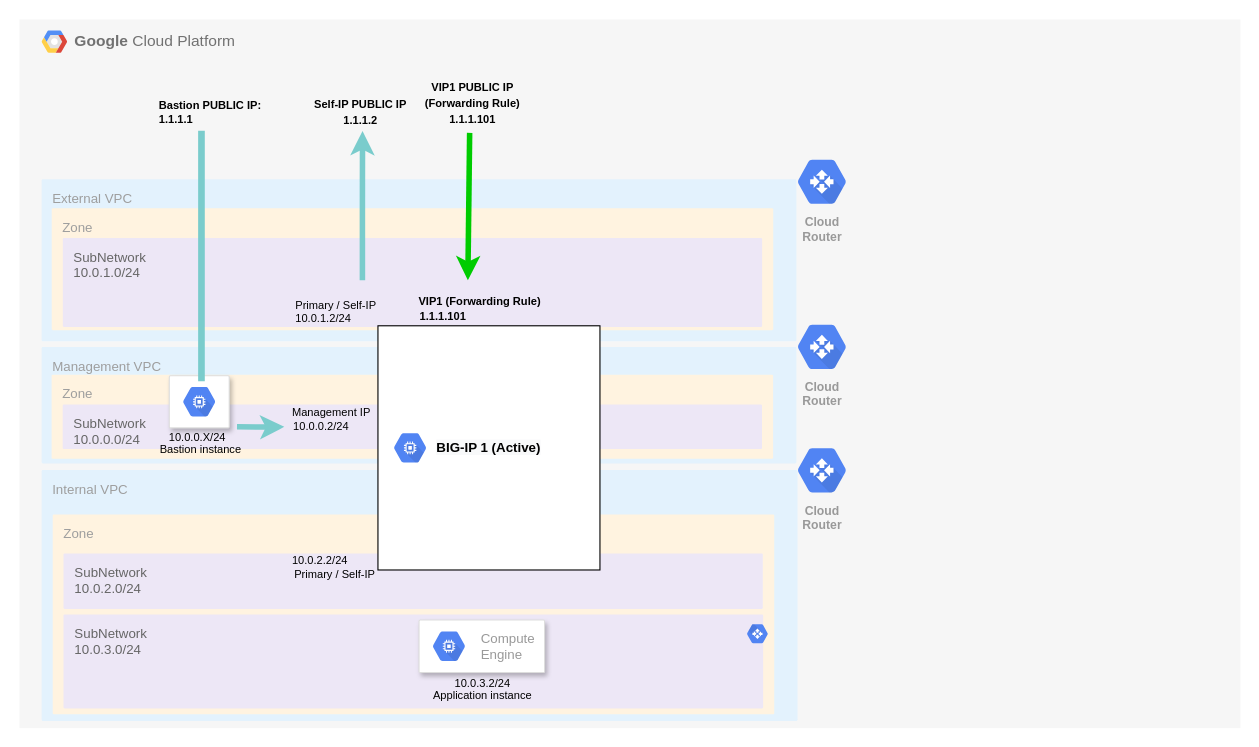
This is 2.0/gcp/3nic/gcp-quickstart-standalone-3nic-w-bastion.drawio from f5-applebaum/f5-ve-cloud-diagrams, a draw.io file, before an edit. Source tidied: cells renumbered, new cells numbered last; positions are measured from the earlier drawing's top-left corner, leaving out a move shared by most shapes. Both pictures are drawn from the tidied source at 111%, with x=0, y=0 at pixel (19, 19).
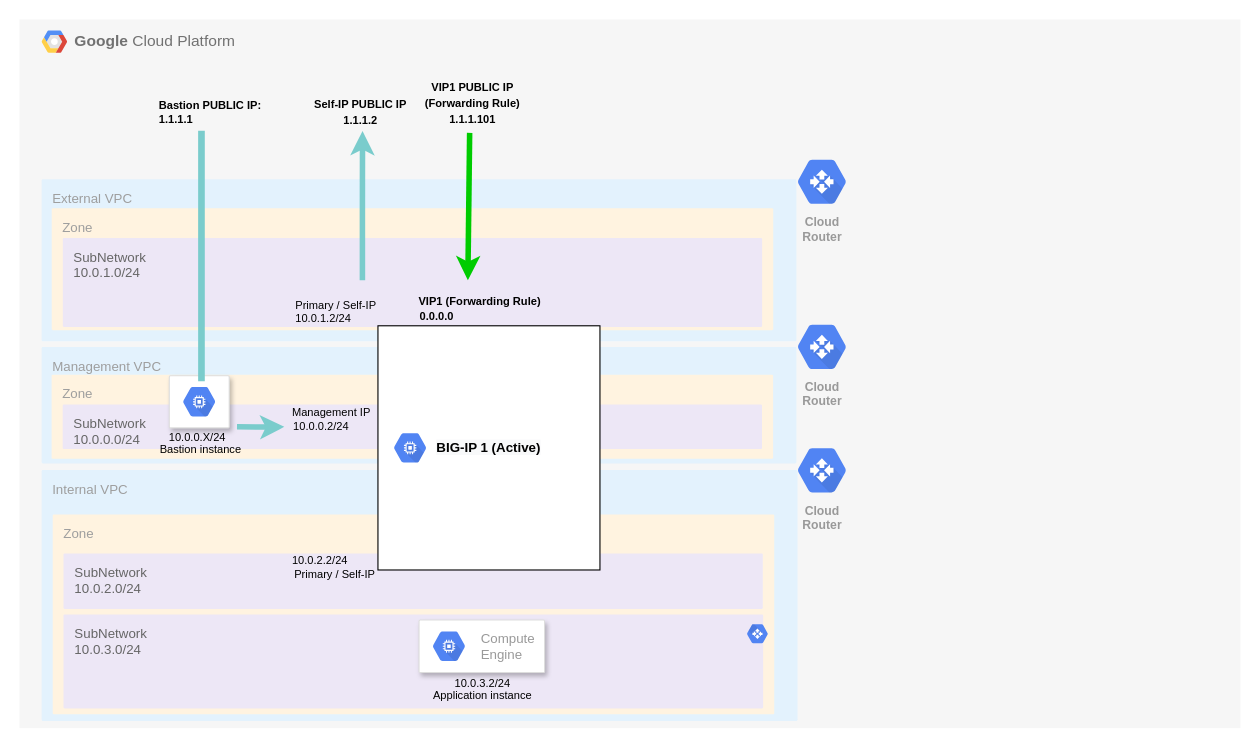
The same page after the edit.

What changed in the source:
```diff
@@
-    <mxCell id="44" value="&lt;font style=&quot;font-size: 10px&quot;&gt;&lt;span&gt;1.1.1.101&lt;/span&gt;&lt;/font&gt;" style="text;html=1;align=left;verticalAlign=middle;fontStyle=1;" parent="1" vertex="1">
-      <mxGeometry x="359" y="256.7" width="60" height="20" as="geometry" />
+    <mxCell id="44" value="&lt;font style=&quot;font-size: 10px&quot;&gt;&lt;span&gt;0.0.0.0&lt;/span&gt;&lt;/font&gt;" style="text;html=1;align=left;verticalAlign=middle;fontStyle=1;" parent="1" vertex="1">
+      <mxGeometry x="359" y="256.7" width="50" height="20" as="geometry" />
     </mxCell>
```
